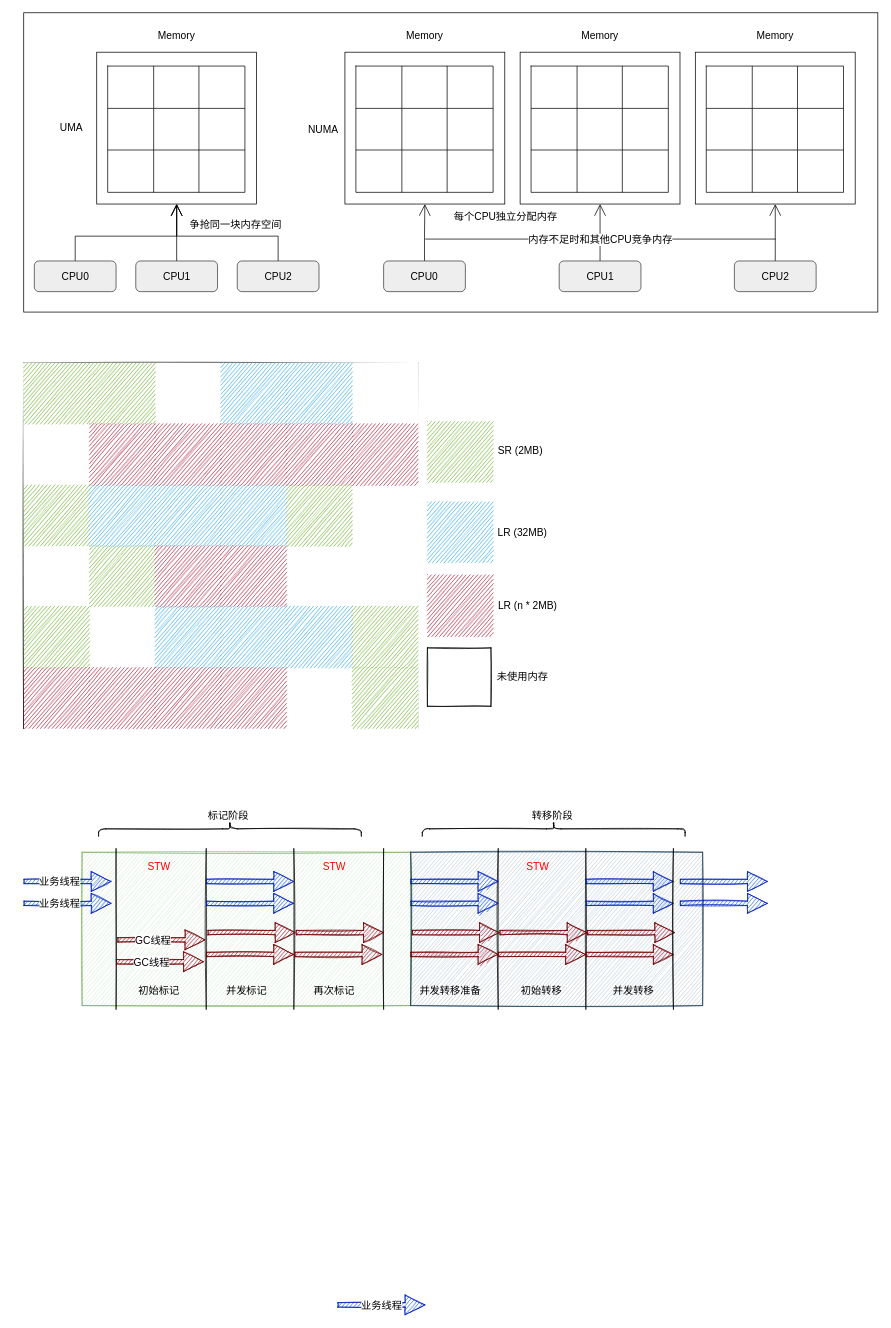
Leo-Lee-j/sketch keeps this draw.io diagram as learn/JVM ZGC垃圾收集器.drawio. Above is the earlier version. Source tidied: cells renumbered, new cells numbered last; positions are measured from the earlier drawing's top-left corner, leaving out a move shared by most shapes. Both pictures are drawn from the tidied source at 73%, with x=0, y=0 at pixel (23, 12).
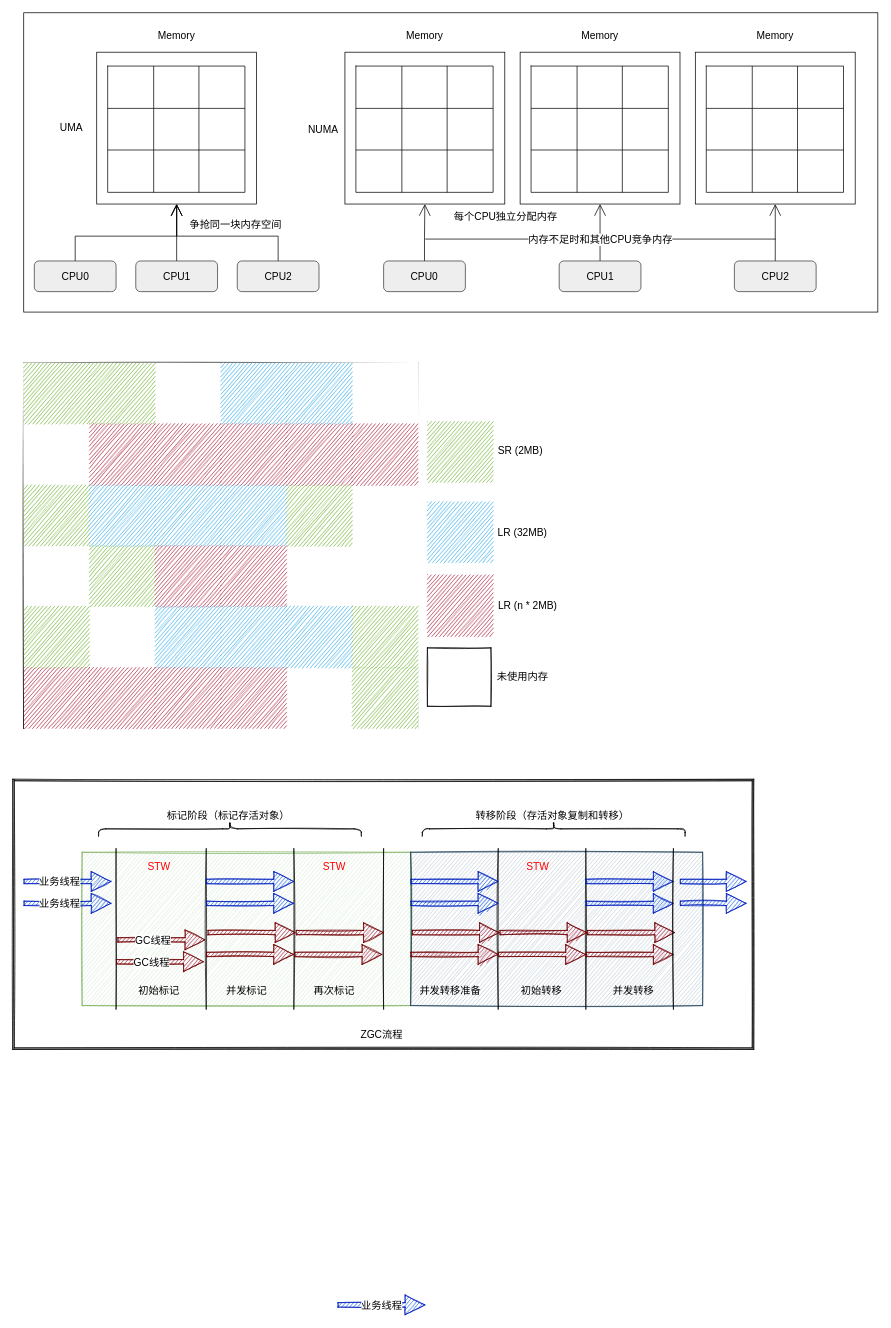
The same diagram, later.

Commit message (it also covers changes not shown here):
更新JVM ZGC垃圾收集器.drawio

The edit, as a diff of the source:
```diff
@@
+    <mxCell id="184" style="shape=ext;double=1;rounded=0;whiteSpace=wrap;html=1;shadow=0;sketch=1;hachureGap=4;fontSize=14;fontColor=#FF0000;" parent="1" vertex="1">
+      <mxGeometry x="-15" y="1050" width="1015" height="370" as="geometry" />
+    </mxCell>
@@
     <mxCell id="178" style="shape=flexArrow;endArrow=classic;html=1;rounded=0;fontSize=14;startSize=14;endSize=8.67;sourcePerimeterSpacing=8;targetPerimeterSpacing=8;sketch=1;width=6;fillColor=#0050ef;strokeColor=#001DBC;" parent="1" edge="1">
       <mxGeometry relative="1" as="geometry">
         <mxPoint x="899" y="1190" as="sourcePoint" />
-        <mxPoint x="1019" y="1190" as="targetPoint" />
+        <mxPoint x="990" y="1190" as="targetPoint" />
       </mxGeometry>
     </mxCell>
     <mxCell id="179" style="shape=flexArrow;endArrow=classic;html=1;rounded=0;fontSize=14;startSize=14;endSize=8.67;sourcePerimeterSpacing=8;targetPerimeterSpacing=8;sketch=1;width=6;fillColor=#0050ef;strokeColor=#001DBC;" parent="1" edge="1">
       <mxGeometry relative="1" as="geometry">
         <mxPoint x="899" y="1220" as="sourcePoint" />
-        <mxPoint x="1019" y="1220" as="targetPoint" />
+        <mxPoint x="990" y="1220" as="targetPoint" />
       </mxGeometry>
     </mxCell>
@@
-    <mxCell id="181" value="标记阶段" style="text;html=1;align=center;verticalAlign=middle;strokeColor=none;fillColor=none;shadow=0;sketch=1;hachureGap=4;fontSize=14;" parent="1" vertex="1">
-      <mxGeometry x="245" y="1090" width="70" height="20" as="geometry" />
+    <mxCell id="181" value="标记阶段（标记存活对象）" style="text;html=1;align=center;verticalAlign=middle;strokeColor=none;fillColor=none;shadow=0;sketch=1;hachureGap=4;fontSize=14;" parent="1" vertex="1">
+      <mxGeometry x="190" y="1090" width="180" height="20" as="geometry" />
     </mxCell>
@@
-    <mxCell id="183" value="转移阶段" style="text;html=1;align=center;verticalAlign=middle;strokeColor=none;fillColor=none;shadow=0;sketch=1;hachureGap=4;fontSize=14;" parent="1" vertex="1">
-      <mxGeometry x="688.5" y="1090" width="70" height="20" as="geometry" />
+    <mxCell id="183" value="转移阶段（存活对象复制和转移）" style="text;html=1;align=center;verticalAlign=middle;strokeColor=none;fillColor=none;shadow=0;sketch=1;hachureGap=4;fontSize=14;" parent="1" vertex="1">
+      <mxGeometry x="608.5" y="1090" width="230" height="20" as="geometry" />
     </mxCell>
+    <mxCell id="185" value="ZGC流程" style="text;html=1;align=center;verticalAlign=middle;strokeColor=none;fillColor=none;shadow=0;sketch=1;hachureGap=4;fontSize=14;fontColor=#000000;" parent="1" vertex="1">
+      <mxGeometry x="455" y="1390" width="70" height="20" as="geometry" />
+    </mxCell>
```
